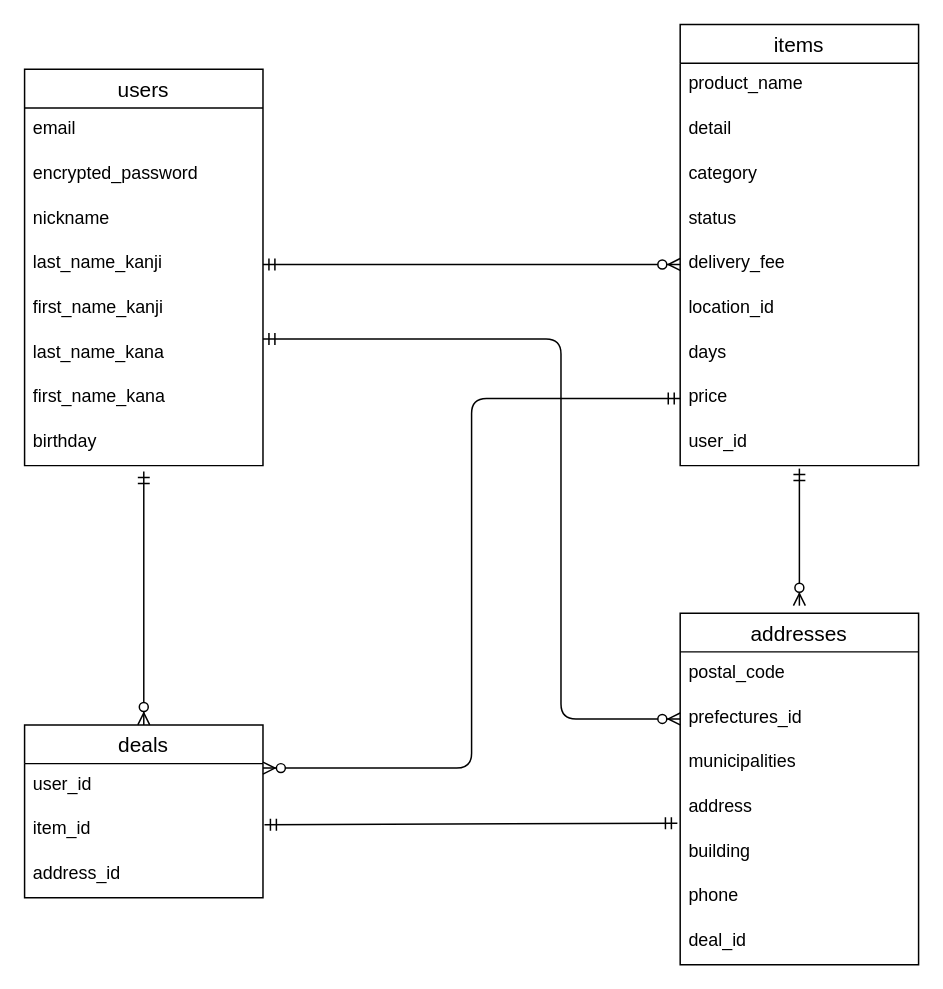
Earlier version of the draw.io diagram user.dio (junta-nakamura/furima---34773). Source tidied: cells renumbered, new cells numbered last; positions are measured from the earlier drawing's top-left corner, leaving out a move shared by most shapes. Both pictures are drawn from the tidied source at 149%, with x=0, y=0 at pixel (24, 24).
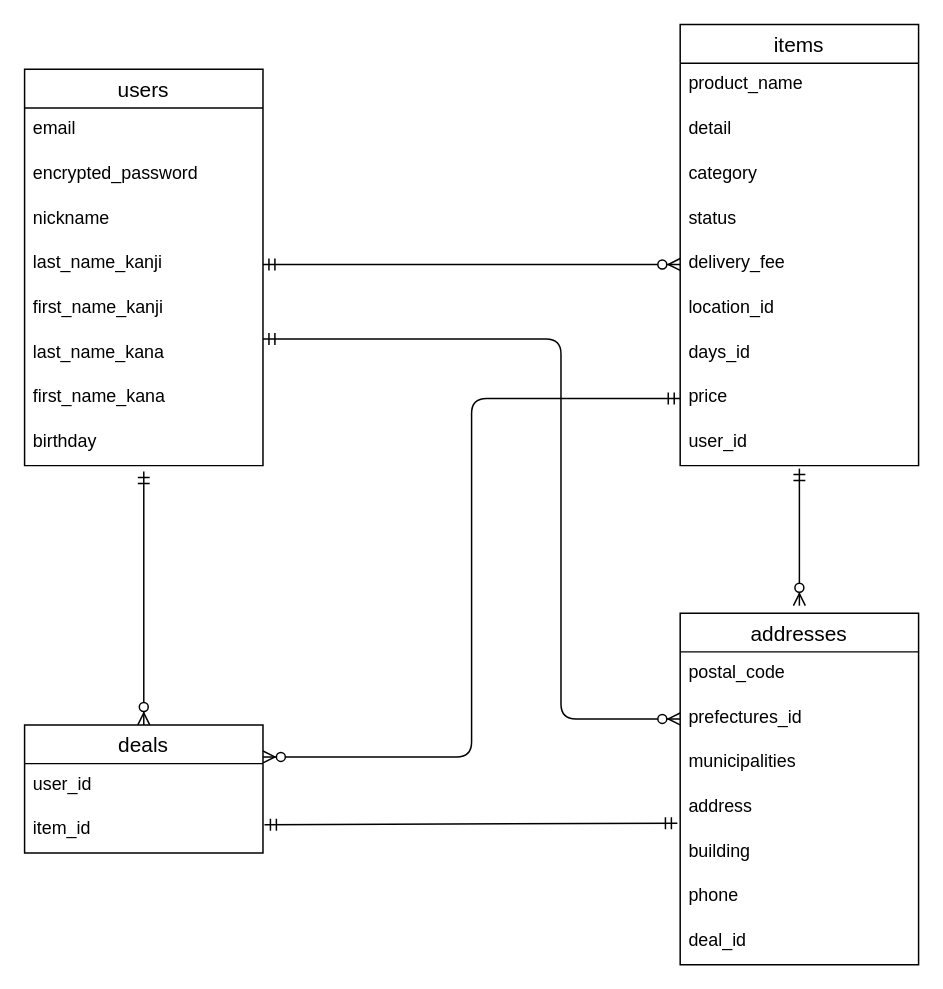
The same diagram, later.

Commit message (it also covers changes not shown here):
ER図のカラム名修正

The change refers to these unchanged cells:
```xml
<mxCell id="11" value="items" style="swimlane;fontStyle=0;horizontal=1;startSize=26;align=center;fontSize=14;" parent="1" vertex="1">
  <mxGeometry x="440" width="160" height="296" as="geometry" />
</mxCell>
```

Change to the diagram source:
```diff
@@
-    <mxCell id="18" value="days" style="text;strokeColor=none;fillColor=none;spacingLeft=4;spacingRight=4;overflow=hidden;fontSize=12;" parent="11" vertex="1">
+    <mxCell id="18" value="days_id" style="text;strokeColor=none;fillColor=none;spacingLeft=4;spacingRight=4;overflow=hidden;fontSize=12;" parent="11" vertex="1">
       <mxGeometry y="206" width="160" height="30" as="geometry" />
     </mxCell>
@@
     <mxCell id="22" value="deals" style="swimlane;fontStyle=0;horizontal=1;startSize=26;align=center;fontSize=14;" parent="1" vertex="1">
-      <mxGeometry y="470" width="160" height="116" as="geometry" />
+      <mxGeometry y="470" width="160" height="86" as="geometry" />
     </mxCell>
@@
-    <mxCell id="25" value="address_id" style="text;strokeColor=none;fillColor=none;spacingLeft=4;spacingRight=4;overflow=hidden;fontSize=12;" parent="22" vertex="1">
-      <mxGeometry y="86" width="160" height="30" as="geometry" />
-    </mxCell>
```
